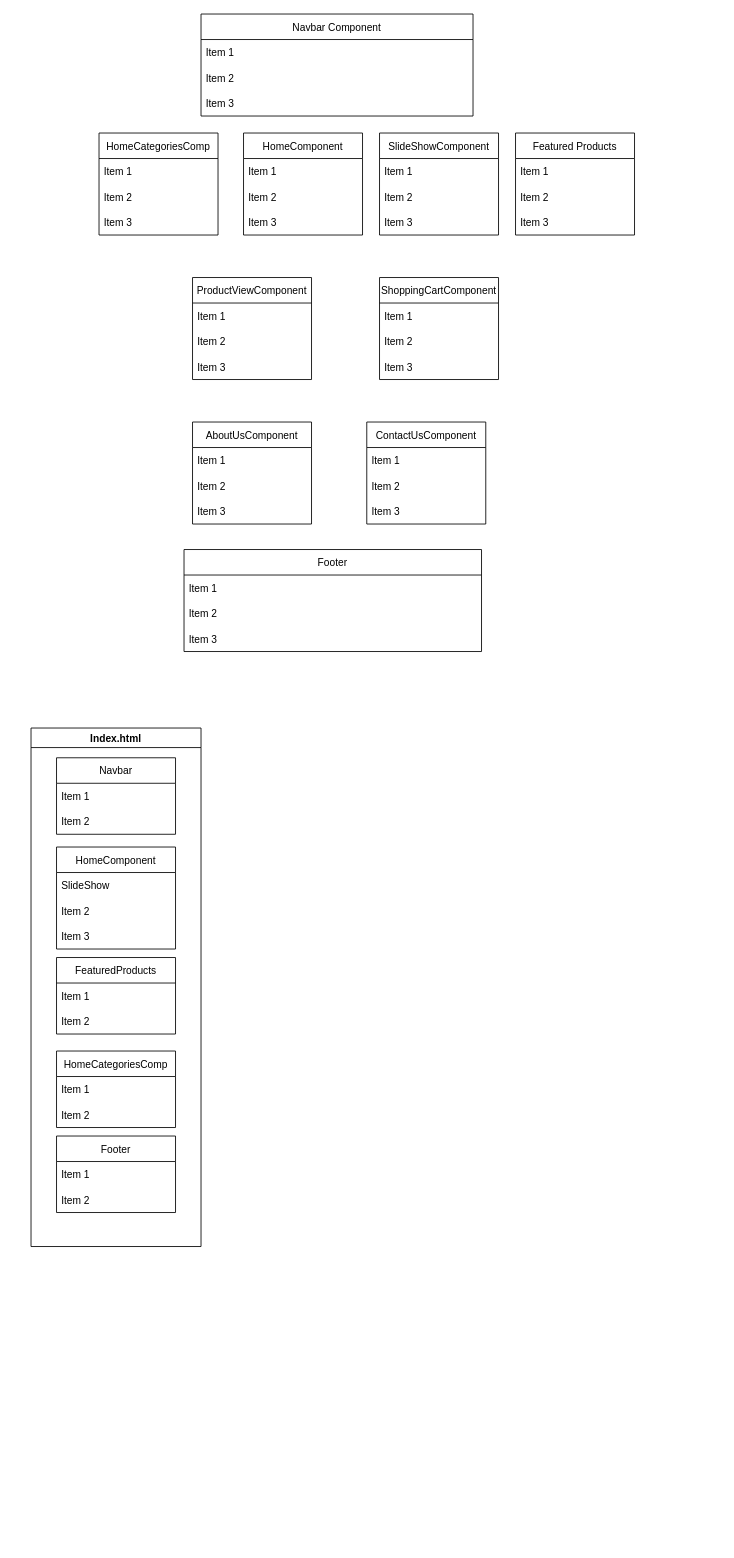
The draw.io diagram Planning and Architecture/Untitled Diagram.drawio in Chris0016/E-Commerce-Website, before the edit. Source tidied: cells renumbered, new cells numbered last; positions are measured from the earlier drawing's top-left corner, leaving out a move shared by most shapes. Both pictures are drawn from the tidied source at 85%, with x=0, y=0 at pixel (31, 14).
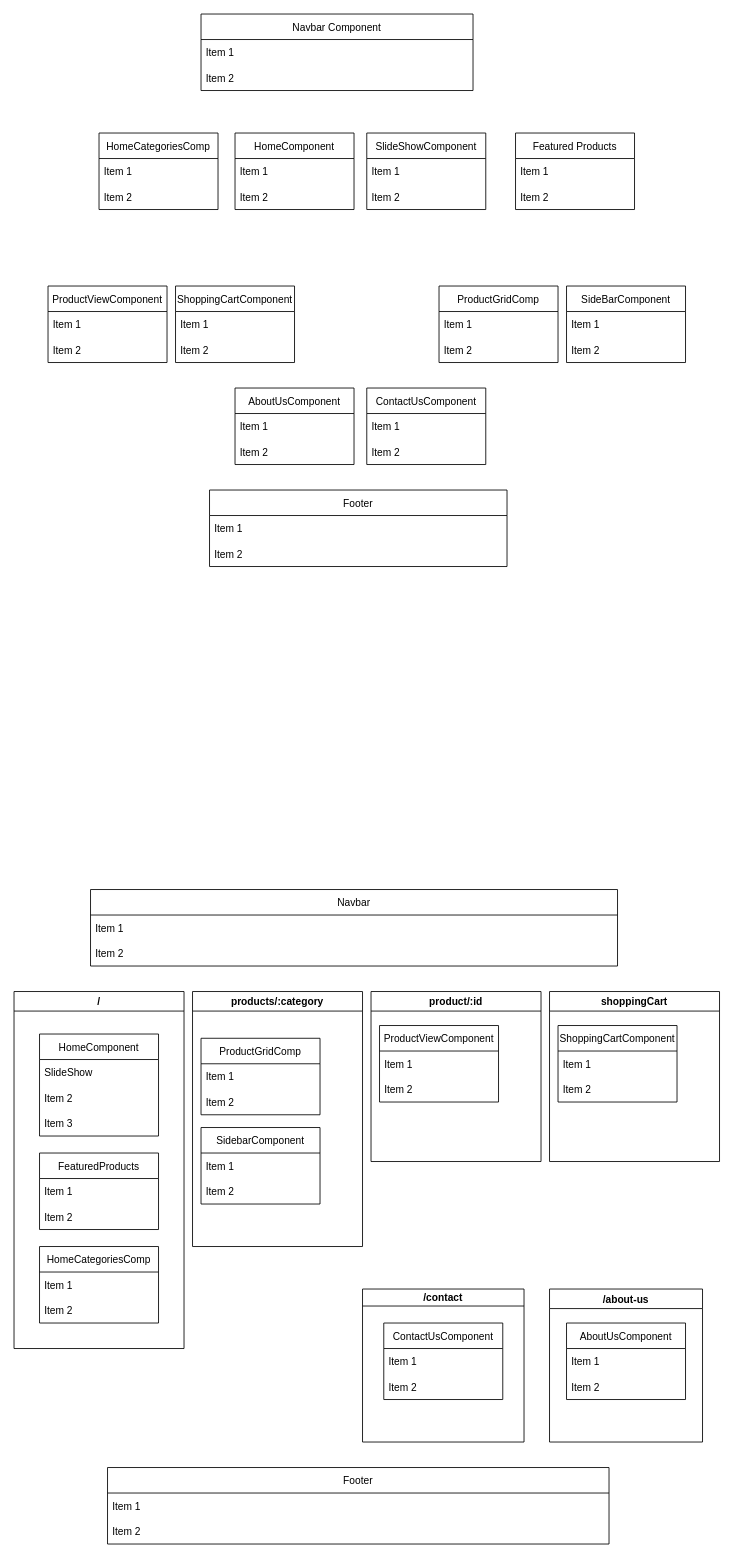
After the change.

Commit message:
layout of components added

Diff of the diagram source:
```diff
@@
     <mxCell id="2" value="AboutUsComponent" style="swimlane;fontStyle=0;horizontal=1;startSize=30;" parent="1" vertex="1">
-      <mxGeometry x="190" y="480" width="140" height="120" as="geometry" />
+      <mxGeometry x="240" y="440" width="140" height="90" as="geometry" />
     </mxCell>
@@
-    <mxCell id="5" value="Item 3" style="text;strokeColor=none;fillColor=none;align=left;verticalAlign=middle;spacingLeft=4;spacingRight=4;overflow=hidden;" parent="2" vertex="1">
-      <mxGeometry y="90" width="140" height="30" as="geometry" />
-    </mxCell>
     <mxCell id="6" value="ContactUsComponent" style="swimlane;fontStyle=0;horizontal=1;startSize=30;" parent="1" vertex="1">
-      <mxGeometry x="395" y="480" width="140" height="120" as="geometry" />
+      <mxGeometry x="395" y="440" width="140" height="90" as="geometry" />
     </mxCell>
@@
-    <mxCell id="9" value="Item 3" style="text;strokeColor=none;fillColor=none;align=left;verticalAlign=middle;spacingLeft=4;spacingRight=4;overflow=hidden;" parent="6" vertex="1">
-      <mxGeometry y="90" width="140" height="30" as="geometry" />
-    </mxCell>
     <mxCell id="10" value="Navbar Component" style="swimlane;fontStyle=0;horizontal=1;startSize=30;" parent="1" vertex="1">
-      <mxGeometry x="200" width="320" height="120" as="geometry" />
+      <mxGeometry x="200" width="320" height="90" as="geometry" />
     </mxCell>
@@
-    <mxCell id="13" value="Item 3" style="text;strokeColor=none;fillColor=none;align=left;verticalAlign=middle;spacingLeft=4;spacingRight=4;overflow=hidden;" parent="10" vertex="1">
-      <mxGeometry y="90" width="320" height="30" as="geometry" />
-    </mxCell>
     <mxCell id="14" value="Footer" style="swimlane;fontStyle=0;horizontal=1;startSize=30;" parent="1" vertex="1">
-      <mxGeometry x="180" y="630" width="350" height="120" as="geometry" />
+      <mxGeometry x="210" y="560" width="350" height="90" as="geometry" />
     </mxCell>
@@
-    <mxCell id="17" value="Item 3" style="text;strokeColor=none;fillColor=none;align=left;verticalAlign=middle;spacingLeft=4;spacingRight=4;overflow=hidden;" parent="14" vertex="1">
-      <mxGeometry y="90" width="350" height="30" as="geometry" />
-    </mxCell>
-    <mxCell id="18" value="Index.html" style="swimlane;" parent="1" vertex="1">
-      <mxGeometry y="840" width="200" height="610" as="geometry" />
+    <mxCell id="18" value="/" style="swimlane;" parent="1" vertex="1">
+      <mxGeometry x="-20" y="1150" width="200" height="420" as="geometry" />
     </mxCell>
     <mxCell id="19" value="FeaturedProducts" style="swimlane;fontStyle=0;horizontal=1;startSize=30;" parent="18" vertex="1">
-      <mxGeometry x="30" y="270" width="140" height="90" as="geometry" />
+      <mxGeometry x="30" y="190" width="140" height="90" as="geometry" />
     </mxCell>
@@
-    <mxCell id="22" value="Navbar" style="swimlane;fontStyle=0;horizontal=1;startSize=30;" parent="18" vertex="1">
-      <mxGeometry x="30" y="35" width="140" height="90" as="geometry" />
-    </mxCell>
-    <mxCell id="23" value="Item 1" style="text;strokeColor=none;fillColor=none;align=left;verticalAlign=middle;spacingLeft=4;spacingRight=4;overflow=hidden;" parent="22" vertex="1">
-      <mxGeometry y="30" width="140" height="30" as="geometry" />
-    </mxCell>
-    <mxCell id="24" value="Item 2" style="text;strokeColor=none;fillColor=none;align=left;verticalAlign=middle;spacingLeft=4;spacingRight=4;overflow=hidden;" parent="22" vertex="1">
-      <mxGeometry y="60" width="140" height="30" as="geometry" />
-    </mxCell>
     <mxCell id="25" value="HomeComponent" style="swimlane;fontStyle=0;horizontal=1;startSize=30;" parent="18" vertex="1">
-      <mxGeometry x="30" y="140" width="140" height="120" as="geometry" />
+      <mxGeometry x="30" y="50" width="140" height="120" as="geometry" />
     </mxCell>
@@
-    <mxCell id="29" value="Footer" style="swimlane;fontStyle=0;horizontal=1;startSize=30;" parent="18" vertex="1">
-      <mxGeometry x="30" y="480" width="140" height="90" as="geometry" />
-    </mxCell>
-    <mxCell id="30" value="Item 1" style="text;strokeColor=none;fillColor=none;align=left;verticalAlign=middle;spacingLeft=4;spacingRight=4;overflow=hidden;" parent="29" vertex="1">
-      <mxGeometry y="30" width="140" height="30" as="geometry" />
-    </mxCell>
-    <mxCell id="31" value="Item 2" style="text;strokeColor=none;fillColor=none;align=left;verticalAlign=middle;spacingLeft=4;spacingRight=4;overflow=hidden;" parent="29" vertex="1">
-      <mxGeometry y="60" width="140" height="30" as="geometry" />
-    </mxCell>
     <mxCell id="32" value="HomeCategoriesComp" style="swimlane;fontStyle=0;horizontal=1;startSize=30;" parent="18" vertex="1">
-      <mxGeometry x="30" y="380" width="140" height="90" as="geometry" />
+      <mxGeometry x="30" y="300" width="140" height="90" as="geometry" />
     </mxCell>
@@
     <mxCell id="35" value="HomeCategoriesComp" style="swimlane;fontStyle=0;horizontal=1;startSize=30;" parent="1" vertex="1">
-      <mxGeometry x="80" y="140" width="140" height="120" as="geometry" />
+      <mxGeometry x="80" y="140" width="140" height="90" as="geometry" />
     </mxCell>
@@
-    <mxCell id="38" value="Item 3" style="text;strokeColor=none;fillColor=none;align=left;verticalAlign=middle;spacingLeft=4;spacingRight=4;overflow=hidden;" parent="35" vertex="1">
-      <mxGeometry y="90" width="140" height="30" as="geometry" />
-    </mxCell>
     <mxCell id="39" value="HomeComponent" style="swimlane;fontStyle=0;horizontal=1;startSize=30;" parent="1" vertex="1">
-      <mxGeometry x="250" y="140" width="140" height="120" as="geometry" />
+      <mxGeometry x="240" y="140" width="140" height="90" as="geometry" />
     </mxCell>
@@
-    <mxCell id="42" value="Item 3" style="text;strokeColor=none;fillColor=none;align=left;verticalAlign=middle;spacingLeft=4;spacingRight=4;overflow=hidden;" parent="39" vertex="1">
-      <mxGeometry y="90" width="140" height="30" as="geometry" />
-    </mxCell>
     <mxCell id="43" value="SlideShowComponent" style="swimlane;fontStyle=0;horizontal=1;startSize=30;" parent="1" vertex="1">
-      <mxGeometry x="410" y="140" width="140" height="120" as="geometry" />
+      <mxGeometry x="395" y="140" width="140" height="90" as="geometry" />
     </mxCell>
@@
-    <mxCell id="46" value="Item 3" style="text;strokeColor=none;fillColor=none;align=left;verticalAlign=middle;spacingLeft=4;spacingRight=4;overflow=hidden;" parent="43" vertex="1">
-      <mxGeometry y="90" width="140" height="30" as="geometry" />
-    </mxCell>
     <mxCell id="47" value="ProductViewComponent" style="swimlane;fontStyle=0;horizontal=1;startSize=30;" parent="1" vertex="1">
-      <mxGeometry x="190" y="310" width="140" height="120" as="geometry" />
+      <mxGeometry x="20" y="320" width="140" height="90" as="geometry" />
     </mxCell>
@@
-    <mxCell id="50" value="Item 3" style="text;strokeColor=none;fillColor=none;align=left;verticalAlign=middle;spacingLeft=4;spacingRight=4;overflow=hidden;" parent="47" vertex="1">
-      <mxGeometry y="90" width="140" height="30" as="geometry" />
-    </mxCell>
     <mxCell id="51" value="ShoppingCartComponent" style="swimlane;fontStyle=0;horizontal=1;startSize=30;" parent="1" vertex="1">
-      <mxGeometry x="410" y="310" width="140" height="120" as="geometry" />
+      <mxGeometry x="170" y="320" width="140" height="90" as="geometry" />
     </mxCell>
@@
-    <mxCell id="54" value="Item 3" style="text;strokeColor=none;fillColor=none;align=left;verticalAlign=middle;spacingLeft=4;spacingRight=4;overflow=hidden;" parent="51" vertex="1">
-      <mxGeometry y="90" width="140" height="30" as="geometry" />
-    </mxCell>
     <mxCell id="55" value="Featured Products" style="swimlane;fontStyle=0;horizontal=1;startSize=30;" parent="1" vertex="1">
-      <mxGeometry x="570" y="140" width="140" height="120" as="geometry" />
+      <mxGeometry x="570" y="140" width="140" height="90" as="geometry" />
     </mxCell>
@@
-    <mxCell id="58" value="Item 3" style="text;strokeColor=none;fillColor=none;align=left;verticalAlign=middle;spacingLeft=4;spacingRight=4;overflow=hidden;" parent="55" vertex="1">
-      <mxGeometry y="90" width="140" height="30" as="geometry" />
-    </mxCell>
+    <mxCell id="59" value="products/:category" style="swimlane;" parent="1" vertex="1">
+      <mxGeometry x="190" y="1150" width="200" height="300" as="geometry" />
+    </mxCell>
+    <mxCell id="60" value="ProductGridComp" style="swimlane;fontStyle=0;horizontal=1;startSize=30;" parent="59" vertex="1">
+      <mxGeometry x="10" y="55" width="140" height="90" as="geometry" />
+    </mxCell>
+    <mxCell id="61" value="Item 1" style="text;strokeColor=none;fillColor=none;align=left;verticalAlign=middle;spacingLeft=4;spacingRight=4;overflow=hidden;" parent="60" vertex="1">
+      <mxGeometry y="30" width="140" height="30" as="geometry" />
+    </mxCell>
+    <mxCell id="62" value="Item 2" style="text;strokeColor=none;fillColor=none;align=left;verticalAlign=middle;spacingLeft=4;spacingRight=4;overflow=hidden;" parent="60" vertex="1">
+      <mxGeometry y="60" width="140" height="30" as="geometry" />
+    </mxCell>
+    <mxCell id="63" value="SidebarComponent" style="swimlane;fontStyle=0;horizontal=1;startSize=30;" parent="59" vertex="1">
+      <mxGeometry x="10" y="160" width="140" height="90" as="geometry" />
+    </mxCell>
+    <mxCell id="64" value="Item 1" style="text;strokeColor=none;fillColor=none;align=left;verticalAlign=middle;spacingLeft=4;spacingRight=4;overflow=hidden;" parent="63" vertex="1">
+      <mxGeometry y="30" width="140" height="30" as="geometry" />
+    </mxCell>
+    <mxCell id="65" value="Item 2" style="text;strokeColor=none;fillColor=none;align=left;verticalAlign=middle;spacingLeft=4;spacingRight=4;overflow=hidden;" parent="63" vertex="1">
+      <mxGeometry y="60" width="140" height="30" as="geometry" />
+    </mxCell>
+    <mxCell id="22" value="Navbar" style="swimlane;fontStyle=0;horizontal=1;startSize=30;" parent="1" vertex="1">
+      <mxGeometry x="70" y="1030" width="620" height="90" as="geometry" />
+    </mxCell>
+    <mxCell id="23" value="Item 1" style="text;strokeColor=none;fillColor=none;align=left;verticalAlign=middle;spacingLeft=4;spacingRight=4;overflow=hidden;" parent="22" vertex="1">
+      <mxGeometry y="30" width="620" height="30" as="geometry" />
+    </mxCell>
+    <mxCell id="24" value="Item 2" style="text;strokeColor=none;fillColor=none;align=left;verticalAlign=middle;spacingLeft=4;spacingRight=4;overflow=hidden;" parent="22" vertex="1">
+      <mxGeometry y="60" width="620" height="30" as="geometry" />
+    </mxCell>
+    <mxCell id="29" value="Footer" style="swimlane;fontStyle=0;horizontal=1;startSize=30;" parent="1" vertex="1">
+      <mxGeometry x="90" y="1710" width="590" height="90" as="geometry" />
+    </mxCell>
+    <mxCell id="30" value="Item 1" style="text;strokeColor=none;fillColor=none;align=left;verticalAlign=middle;spacingLeft=4;spacingRight=4;overflow=hidden;" parent="29" vertex="1">
+      <mxGeometry y="30" width="590" height="30" as="geometry" />
+    </mxCell>
+    <mxCell id="31" value="Item 2" style="text;strokeColor=none;fillColor=none;align=left;verticalAlign=middle;spacingLeft=4;spacingRight=4;overflow=hidden;" parent="29" vertex="1">
+      <mxGeometry y="60" width="590" height="30" as="geometry" />
+    </mxCell>
+    <mxCell id="66" value="ProductGridComp" style="swimlane;fontStyle=0;horizontal=1;startSize=30;" parent="1" vertex="1">
+      <mxGeometry x="480" y="320" width="140" height="90" as="geometry" />
+    </mxCell>
+    <mxCell id="67" value="Item 1" style="text;strokeColor=none;fillColor=none;align=left;verticalAlign=middle;spacingLeft=4;spacingRight=4;overflow=hidden;" parent="66" vertex="1">
+      <mxGeometry y="30" width="140" height="30" as="geometry" />
+    </mxCell>
+    <mxCell id="68" value="Item 2" style="text;strokeColor=none;fillColor=none;align=left;verticalAlign=middle;spacingLeft=4;spacingRight=4;overflow=hidden;" parent="66" vertex="1">
+      <mxGeometry y="60" width="140" height="30" as="geometry" />
+    </mxCell>
+    <mxCell id="69" value="SideBarComponent" style="swimlane;fontStyle=0;horizontal=1;startSize=30;" parent="1" vertex="1">
+      <mxGeometry x="630" y="320" width="140" height="90" as="geometry" />
+    </mxCell>
+    <mxCell id="70" value="Item 1" style="text;strokeColor=none;fillColor=none;align=left;verticalAlign=middle;spacingLeft=4;spacingRight=4;overflow=hidden;" parent="69" vertex="1">
+      <mxGeometry y="30" width="140" height="30" as="geometry" />
+    </mxCell>
+    <mxCell id="71" value="Item 2" style="text;strokeColor=none;fillColor=none;align=left;verticalAlign=middle;spacingLeft=4;spacingRight=4;overflow=hidden;" parent="69" vertex="1">
+      <mxGeometry y="60" width="140" height="30" as="geometry" />
+    </mxCell>
+    <mxCell id="72" value="product/:id" style="swimlane;" parent="1" vertex="1">
+      <mxGeometry x="400" y="1150" width="200" height="200" as="geometry" />
+    </mxCell>
+    <mxCell id="73" value="ProductViewComponent" style="swimlane;fontStyle=0;horizontal=1;startSize=30;" parent="72" vertex="1">
+      <mxGeometry x="10" y="40" width="140" height="90" as="geometry" />
+    </mxCell>
+    <mxCell id="74" value="Item 1" style="text;strokeColor=none;fillColor=none;align=left;verticalAlign=middle;spacingLeft=4;spacingRight=4;overflow=hidden;" parent="73" vertex="1">
+      <mxGeometry y="30" width="140" height="30" as="geometry" />
+    </mxCell>
+    <mxCell id="75" value="Item 2" style="text;strokeColor=none;fillColor=none;align=left;verticalAlign=middle;spacingLeft=4;spacingRight=4;overflow=hidden;" parent="73" vertex="1">
+      <mxGeometry y="60" width="140" height="30" as="geometry" />
+    </mxCell>
+    <mxCell id="76" value="shoppingCart" style="swimlane;" parent="1" vertex="1">
+      <mxGeometry x="610" y="1150" width="200" height="200" as="geometry" />
+    </mxCell>
+    <mxCell id="77" value="ShoppingCartComponent" style="swimlane;fontStyle=0;horizontal=1;startSize=30;" parent="76" vertex="1">
+      <mxGeometry x="10" y="40" width="140" height="90" as="geometry" />
+    </mxCell>
+    <mxCell id="78" value="Item 1" style="text;strokeColor=none;fillColor=none;align=left;verticalAlign=middle;spacingLeft=4;spacingRight=4;overflow=hidden;" parent="77" vertex="1">
+      <mxGeometry y="30" width="140" height="30" as="geometry" />
+    </mxCell>
+    <mxCell id="79" value="Item 2" style="text;strokeColor=none;fillColor=none;align=left;verticalAlign=middle;spacingLeft=4;spacingRight=4;overflow=hidden;" parent="77" vertex="1">
+      <mxGeometry y="60" width="140" height="30" as="geometry" />
+    </mxCell>
+    <mxCell id="80" value="/contact" style="swimlane;startSize=20;" parent="1" vertex="1">
+      <mxGeometry x="390" y="1500" width="190" height="180" as="geometry" />
+    </mxCell>
+    <mxCell id="81" value="ContactUsComponent" style="swimlane;fontStyle=0;horizontal=1;startSize=30;" parent="80" vertex="1">
+      <mxGeometry x="25" y="40" width="140" height="90" as="geometry" />
+    </mxCell>
+    <mxCell id="82" value="Item 1" style="text;strokeColor=none;fillColor=none;align=left;verticalAlign=middle;spacingLeft=4;spacingRight=4;overflow=hidden;" parent="81" vertex="1">
+      <mxGeometry y="30" width="140" height="30" as="geometry" />
+    </mxCell>
+    <mxCell id="83" value="Item 2" style="text;strokeColor=none;fillColor=none;align=left;verticalAlign=middle;spacingLeft=4;spacingRight=4;overflow=hidden;" parent="81" vertex="1">
+      <mxGeometry y="60" width="140" height="30" as="geometry" />
+    </mxCell>
+    <mxCell id="84" value="/about-us" style="swimlane;" parent="1" vertex="1">
+      <mxGeometry x="610" y="1500" width="180" height="180" as="geometry" />
+    </mxCell>
+    <mxCell id="85" value="AboutUsComponent" style="swimlane;fontStyle=0;horizontal=1;startSize=30;" parent="84" vertex="1">
+      <mxGeometry x="20" y="40" width="140" height="90" as="geometry" />
+    </mxCell>
+    <mxCell id="86" value="Item 1" style="text;strokeColor=none;fillColor=none;align=left;verticalAlign=middle;spacingLeft=4;spacingRight=4;overflow=hidden;" parent="85" vertex="1">
+      <mxGeometry y="30" width="140" height="30" as="geometry" />
+    </mxCell>
+    <mxCell id="87" value="Item 2" style="text;strokeColor=none;fillColor=none;align=left;verticalAlign=middle;spacingLeft=4;spacingRight=4;overflow=hidden;" parent="85" vertex="1">
+      <mxGeometry y="60" width="140" height="30" as="geometry" />
+    </mxCell>
```
